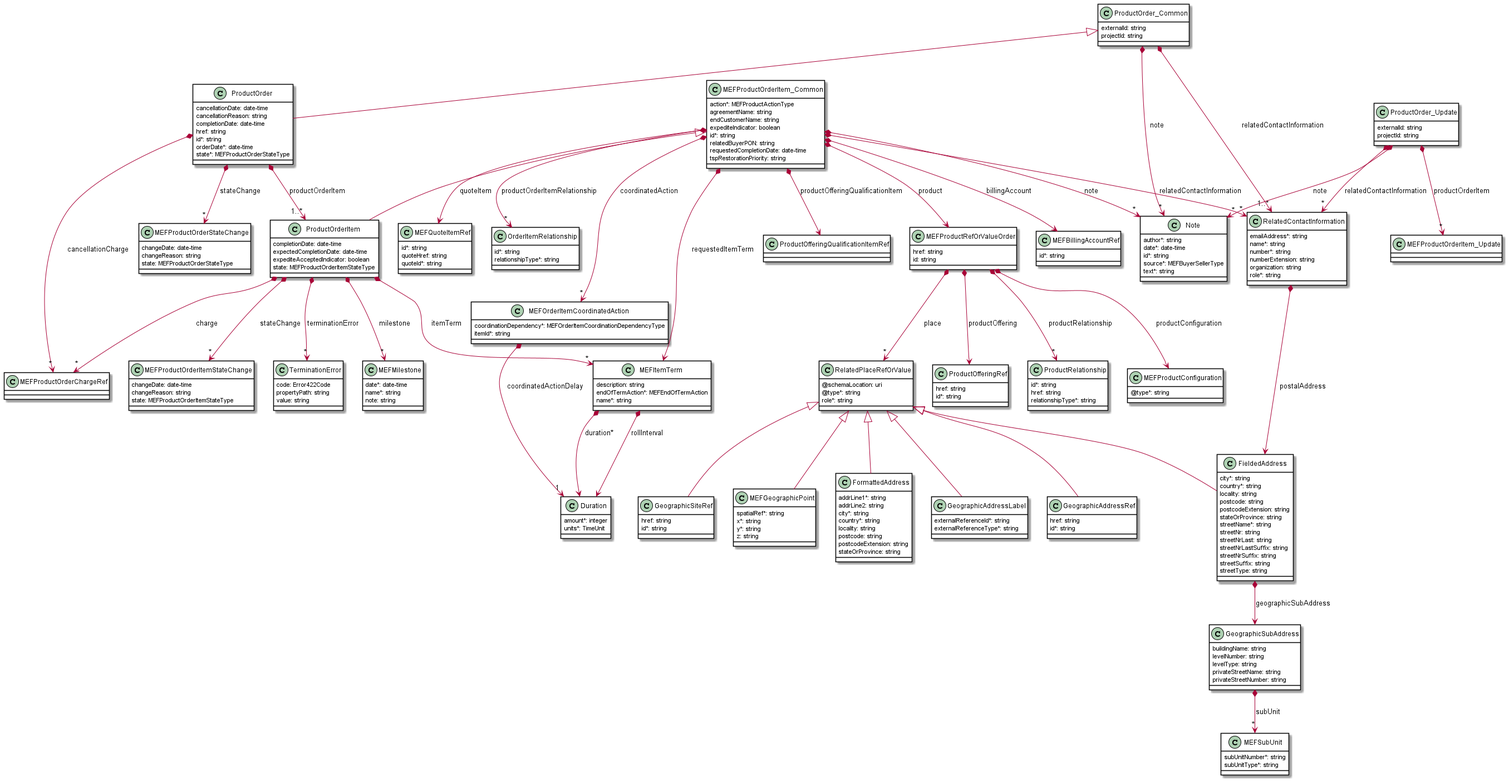
Before: documentation/productApi/order/media/productOrderResponseModel.png, a diagram exported from PlantUML (MEF-GIT/MEF-LSO-Sonata-SDK).
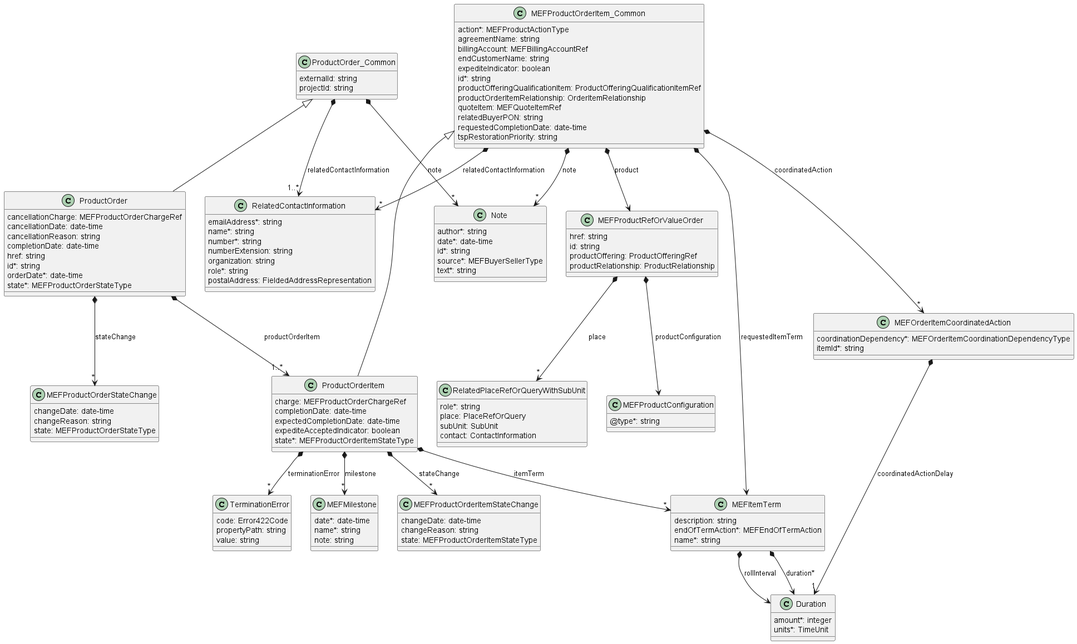
The same file after the commit.

What changed in the source:
```diff
@@ -1,9 +1,4 @@
 @startuml
-skinparam {
-    ClassBackgroundColor White
-    ClassBorderColor Black
-}
-
 
 class Duration {
 
@@ -13,82 +8,6 @@
 
 
 
-
-class FieldedAddress {
-
-    city*: string
-    country*: string
-    locality: string
-    postcode: string
-    postcodeExtension: string
-    stateOrProvince: string
-    streetName*: string
-    streetNr: string
-    streetNrLast: string
-    streetNrLastSuffix: string
-    streetNrSuffix: string
-    streetSuffix: string
-    streetType: string
-}
-RelatedPlaceRefOrValue <|-- FieldedAddress
-
-FieldedAddress *--> GeographicSubAddress : geographicSubAddress
-
-
-class FormattedAddress {
-
-    addrLine1*: string
-    addrLine2: string
-    city*: string
-    country*: string
-    locality: string
-    postcode: string
-    postcodeExtension: string
-    stateOrProvince: string
-}
-RelatedPlaceRefOrValue <|-- FormattedAddress
-
-
-
-class GeographicAddressLabel {
-
-    externalReferenceId*: string
-    externalReferenceType*: string
-}
-RelatedPlaceRefOrValue <|-- GeographicAddressLabel
-
-
-
-class GeographicAddressRef {
-
-    href: string
-    id*: string
-}
-RelatedPlaceRefOrValue <|-- GeographicAddressRef
-
-
-
-class GeographicSiteRef {
-
-    href: string
-    id*: string
-}
-RelatedPlaceRefOrValue <|-- GeographicSiteRef
-
-
-
-class GeographicSubAddress {
-
-    buildingName: string
-    levelNumber: string
-    levelType: string
-    privateStreetName: string
-    privateStreetNumber: string
-}
-
-GeographicSubAddress *-->"*" MEFSubUnit : subUnit
-
-
 class MEFProductOrderItemStateChange {
 
     changeDate: date-time
@@ -96,11 +15,6 @@
     state: MEFProductOrderItemStateType
 }
 
-
-class MEFBillingAccountRef {
-
-    id*: string
-}
 
 
 class MEFItemTerm {
@@ -137,15 +51,6 @@
 
 
 
-class MEFQuoteItemRef {
-
-    id*: string
-    quoteHref: string
-    quoteId*: string
-}
-
-
-
 class Note {
 
     author*: string
@@ -157,22 +62,10 @@
 
 
 
-class OrderItemRelationship {
-
-    id*: string
-    relationshipType*: string
-}
-
-class ProductOfferingRef {
-
-    href: string
-    id*: string
-}
-
-
 
 class ProductOrder {
 
+    cancellationCharge: MEFProductOrderChargeRef
     cancellationDate: date-time
     cancellationReason: string
     completionDate: date-time
@@ -183,7 +76,6 @@
 }
 ProductOrder_Common <|-- ProductOrder
 
-ProductOrder *-->"*" MEFProductOrderChargeRef : cancellationCharge
 ProductOrder *-->"1..*" ProductOrderItem : productOrderItem
 ProductOrder *-->"*" MEFProductOrderStateChange : stateChange
 
@@ -196,24 +88,15 @@
 }
 
 
-class MEFGeographicPoint {
-
-    spatialRef*: string
-    x*: string
-    y*: string
-    z: string
-}
-RelatedPlaceRefOrValue <|-- MEFGeographicPoint
-
 class ProductOrderItem {
 
+    charge: MEFProductOrderChargeRef
     completionDate: date-time
     expectedCompletionDate: date-time
     expediteAcceptedIndicator: boolean
-    state: MEFProductOrderItemStateType
+    state*: MEFProductOrderItemStateType
 }
 MEFProductOrderItem_Common <|-- ProductOrderItem
-ProductOrderItem *-->"*" MEFProductOrderChargeRef : charge
 ProductOrderItem *-->"*" MEFItemTerm : itemTerm
 ProductOrderItem *-->"*" MEFMilestone : milestone
 ProductOrderItem *-->"*" MEFProductOrderItemStateChange : stateChange
@@ -231,44 +114,35 @@
 
     action*: MEFProductActionType
     agreementName: string
+    billingAccount: MEFBillingAccountRef
     endCustomerName: string
     expediteIndicator: boolean
     id*: string
+    productOfferingQualificationItem: ProductOfferingQualificationItemRef
+    productOrderItemRelationship: OrderItemRelationship
+    quoteItem: MEFQuoteItemRef
     relatedBuyerPON: string
     requestedCompletionDate: date-time
     tspRestorationPriority: string
 }
 
-MEFProductOrderItem_Common *--> MEFBillingAccountRef : billingAccount
 MEFProductOrderItem_Common *-->"*" MEFOrderItemCoordinatedAction : coordinatedAction
 MEFProductOrderItem_Common *-->"*" Note : note
-MEFProductOrderItem_Common *--> MEFProductRefOrValueOrder : product
-MEFProductOrderItem_Common *--> ProductOfferingQualificationItemRef : productOfferingQualificationItem
-MEFProductOrderItem_Common *-->"*" OrderItemRelationship : productOrderItemRelationship
-MEFProductOrderItem_Common *--> MEFQuoteItemRef : quoteItem
+
 MEFProductOrderItem_Common *-->"*" RelatedContactInformation : relatedContactInformation
 MEFProductOrderItem_Common *--> MEFItemTerm : requestedItemTerm
-
-
+MEFProductOrderItem_Common *--> MEFProductRefOrValueOrder : product
 
 class MEFProductRefOrValueOrder {
 
     href: string
     id: string
+    productOffering: ProductOfferingRef
+    productRelationship: ProductRelationship
 }
 
-MEFProductRefOrValueOrder *-->"*" RelatedPlaceRefOrValue : place
+MEFProductRefOrValueOrder *-->"*" RelatedPlaceRefOrQueryWithSubUnit : place
 MEFProductRefOrValueOrder *--> MEFProductConfiguration : productConfiguration
-MEFProductRefOrValueOrder *--> ProductOfferingRef : productOffering
-MEFProductRefOrValueOrder *-->"*" ProductRelationship : productRelationship
-
-
-class MEFSubUnit {
-
-    subUnitNumber*: string
-    subUnitType*: string
-}
-
 
 
 class ProductOrder_Common {
@@ -280,31 +154,14 @@
 ProductOrder_Common *-->"*" Note : note
 ProductOrder_Common *-->"1..*" RelatedContactInformation : relatedContactInformation
 
-class ProductOrder_Update {
+ProductOrder_Common *-r[hidden]-> MEFProductOrderItem_Common
 
-    externalId: string
-    projectId: string
-}
+class RelatedPlaceRefOrQueryWithSubUnit {
 
-ProductOrder_Update *-->"*" Note : note
-ProductOrder_Update *-->"*" MEFProductOrderItem_Update : productOrderItem
-ProductOrder_Update *-->"*" RelatedContactInformation : relatedContactInformation
-
-
-class ProductRelationship {
-
-    id*: string
-    href: string
-    relationshipType*: string
-}
-
-
-
-class RelatedPlaceRefOrValue {
-
-    @schemaLocation: uri
-    @type*: string
     role*: string
+    place: PlaceRefOrQuery
+    subUnit: SubUnit
+    contact: ContactInformation
 }
 
 
@@ -317,8 +174,9 @@
     numberExtension: string
     organization: string
     role*: string
+    postalAddress: FieldedAddressRepresentation
 }
 
-RelatedContactInformation *--> FieldedAddress : postalAddress
+
 
 @enduml
```
